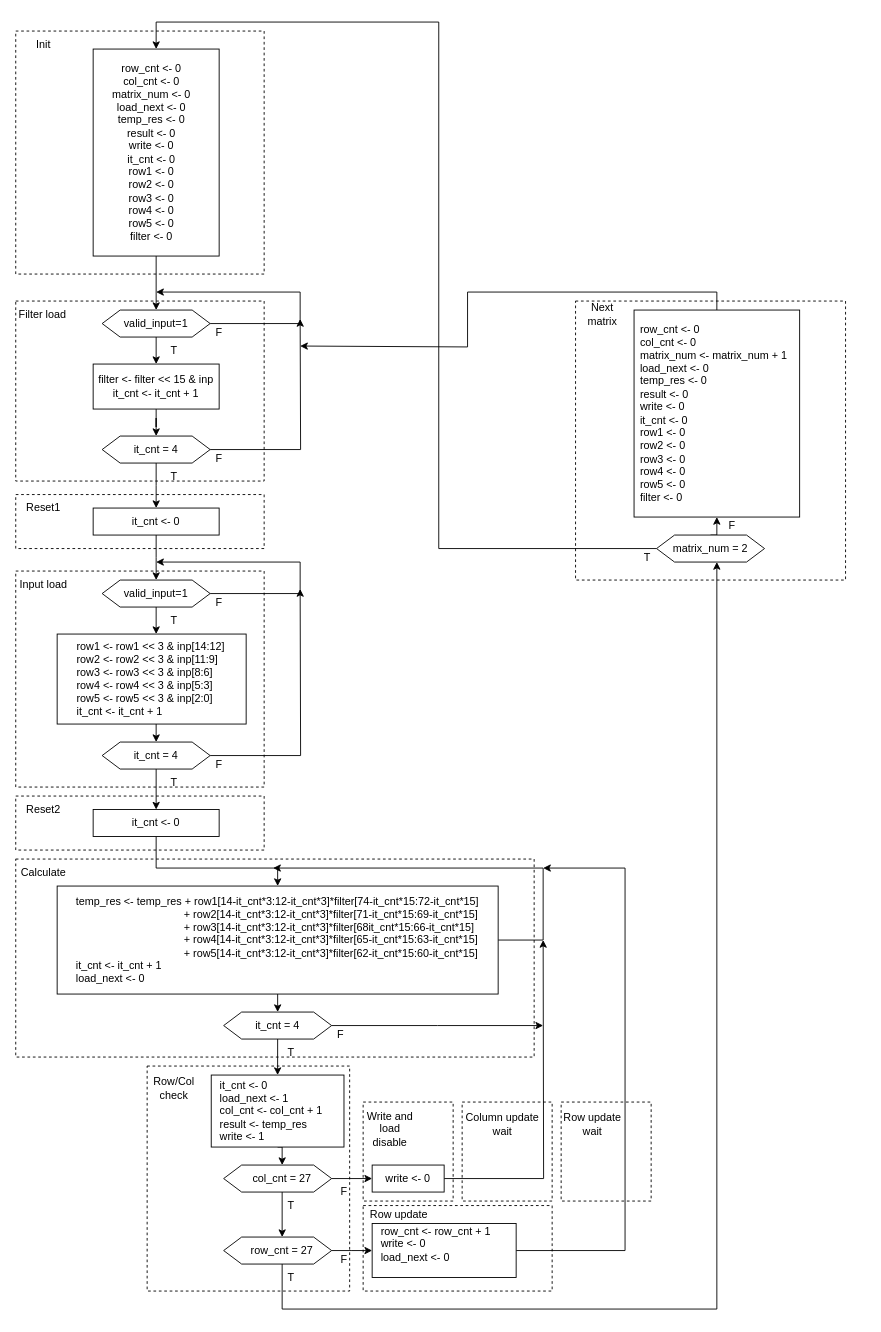
Before: page "Convolution ASMD" (3 of 3) of Diagrams.drawio in thevenus/etin35-pulpino, a draw.io diagram. Source tidied: cells renumbered, new cells numbered last; positions are measured from the earlier drawing's top-left corner, leaving out a move shared by most shapes. Both pictures are drawn from the tidied source at 90%, with x=0, y=0 at pixel (15, 22).
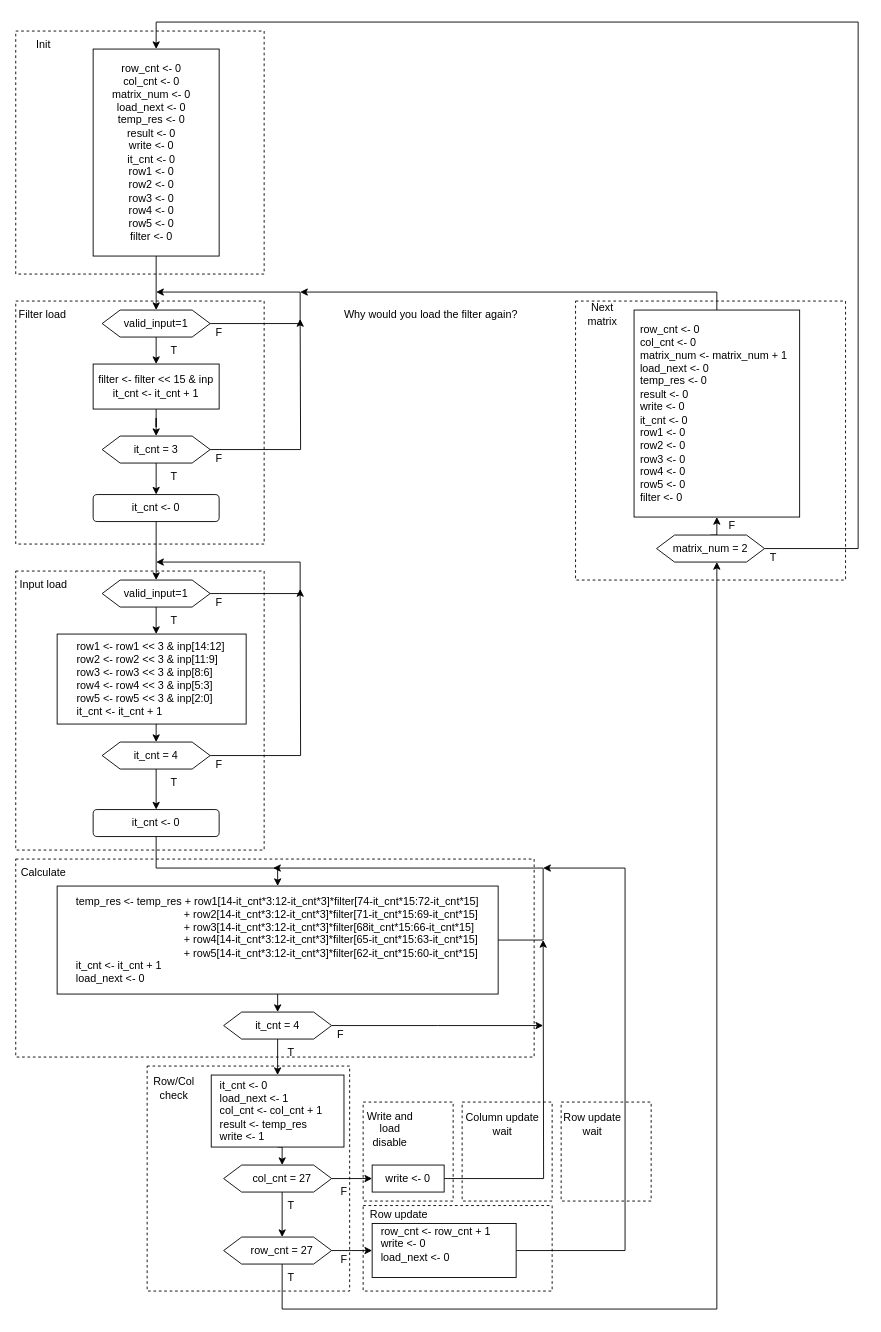
After the change.

Commit message (it also covers changes not shown here):
Removed reset states and made them as mealy outputs of previous states

The change refers to these unchanged cells:
```xml
<mxCell id="4" style="rounded=0;whiteSpace=wrap;html=1;" parent="1" vertex="1">
  <mxGeometry x="86" y="30" width="140" height="230" as="geometry" />
</mxCell>
<mxCell id="91" style="rounded=0;whiteSpace=wrap;html=1;" parent="1" vertex="1">
  <mxGeometry x="687" y="320" width="184" height="230" as="geometry" />
</mxCell>
<mxCell id="101" value="matrix_num = 2" style="shape=hexagon;perimeter=hexagonPerimeter2;whiteSpace=wrap;html=1;fixedSize=1;" parent="1" vertex="1">
  <mxGeometry x="712" y="570" width="120" height="30" as="geometry" />
</mxCell>
```

Diff of the diagram source:
```diff
@@
     <mxCell id="14" style="rounded=0;whiteSpace=wrap;html=1;fillColor=none;dashed=1;" parent="1" vertex="1">
-      <mxGeometry y="310" width="276" height="200" as="geometry" />
+      <mxGeometry y="310" width="276" height="270" as="geometry" />
     </mxCell>
@@
-    <mxCell id="17" style="edgeStyle=orthogonalEdgeStyle;rounded=0;jettySize=auto;html=1;exitX=0.5;exitY=1;exitDx=0;exitDy=0;" parent="1" edge="1" source="18">
-      <mxGeometry relative="1" as="geometry">
-        <mxPoint x="156" y="540" as="targetPoint" />
-      </mxGeometry>
+    <mxCell id="17" style="edgeStyle=orthogonalEdgeStyle;rounded=0;jettySize=auto;html=1;exitX=0.5;exitY=1;exitDx=0;exitDy=0;entryX=0.5;entryY=0;entryDx=0;entryDy=0;" parent="1" edge="1" source="18" target="22">
+      <mxGeometry relative="1" as="geometry" />
     </mxCell>
-    <mxCell id="18" value="it_cnt = 4" style="text;html=1;align=center;verticalAlign=middle;whiteSpace=wrap;rounded=0;" parent="1" vertex="1">
+    <mxCell id="18" value="it_cnt = 3" style="text;html=1;align=center;verticalAlign=middle;whiteSpace=wrap;rounded=0;" parent="1" vertex="1">
       <mxGeometry x="126" y="460" width="60" height="30" as="geometry" />
     </mxCell>
@@
-    <mxCell id="20" style="rounded=0;whiteSpace=wrap;html=1;" parent="1" vertex="1">
-      <mxGeometry x="86" y="540" width="140" height="30" as="geometry" />
+    <mxCell id="20" style="rounded=1;whiteSpace=wrap;html=1;" parent="1" vertex="1">
+      <mxGeometry x="86" y="525" width="140" height="30" as="geometry" />
     </mxCell>
@@
     <mxCell id="22" value="it_cnt &amp;lt;- 0" style="text;html=1;align=center;verticalAlign=middle;whiteSpace=wrap;rounded=0;" parent="1" vertex="1">
-      <mxGeometry x="126" y="540" width="60" height="30" as="geometry" />
+      <mxGeometry x="126" y="525" width="60" height="30" as="geometry" />
     </mxCell>
@@
-    <mxCell id="27" style="rounded=0;whiteSpace=wrap;html=1;fillColor=none;dashed=1;" parent="1" vertex="1">
-      <mxGeometry y="525" width="276" height="60" as="geometry" />
-    </mxCell>
-    <mxCell id="28" value="Reset1" style="text;html=1;align=center;verticalAlign=middle;whiteSpace=wrap;rounded=0;" parent="1" vertex="1">
-      <mxGeometry x="1" y="525" width="60" height="30" as="geometry" />
-    </mxCell>
@@
     <mxCell id="44" style="rounded=0;whiteSpace=wrap;html=1;fillColor=none;dashed=1;" parent="1" vertex="1">
-      <mxGeometry y="610" width="276" height="240" as="geometry" />
+      <mxGeometry y="610" width="276" height="310" as="geometry" />
     </mxCell>
@@
-    <mxCell id="50" style="rounded=0;whiteSpace=wrap;html=1;" parent="1" vertex="1">
+    <mxCell id="50" style="rounded=1;whiteSpace=wrap;html=1;" parent="1" vertex="1">
       <mxGeometry x="86" y="875" width="140" height="30" as="geometry" />
     </mxCell>
@@
-    <mxCell id="53" style="rounded=0;whiteSpace=wrap;html=1;fillColor=none;dashed=1;" parent="1" vertex="1">
-      <mxGeometry y="860" width="276" height="60" as="geometry" />
-    </mxCell>
-    <mxCell id="54" value="Reset2" style="text;html=1;align=center;verticalAlign=middle;whiteSpace=wrap;rounded=0;" parent="1" vertex="1">
-      <mxGeometry x="1" y="860" width="60" height="30" as="geometry" />
-    </mxCell>
@@
     <mxCell id="90" style="edgeStyle=orthogonalEdgeStyle;rounded=0;jettySize=auto;html=1;exitX=0.5;exitY=0;exitDx=0;exitDy=0;" parent="1" edge="1" source="91">
       <mxGeometry relative="1" as="geometry">
-        <mxPoint x="316" y="360" as="targetPoint" />
+        <mxPoint x="316" y="300" as="targetPoint" />
         <Array as="points">
           <mxPoint x="779" y="300" />
-          <mxPoint x="502" y="300" />
-          <mxPoint x="502" y="361" />
+          <mxPoint x="316" y="300" />
         </Array>
       </mxGeometry>
     </mxCell>
@@
-    <mxCell id="100" style="edgeStyle=orthogonalEdgeStyle;rounded=0;jettySize=auto;html=1;exitX=0;exitY=0.5;exitDx=0;exitDy=0;entryX=0.5;entryY=0;entryDx=0;entryDy=0;" parent="1" edge="1" source="101" target="4">
+    <mxCell id="100" style="edgeStyle=orthogonalEdgeStyle;rounded=0;jettySize=auto;html=1;exitX=1;exitY=0.5;exitDx=0;exitDy=0;entryX=0.5;entryY=0;entryDx=0;entryDy=0;" parent="1" edge="1" source="101" target="4">
       <mxGeometry relative="1" as="geometry">
         <Array as="points">
-          <mxPoint x="470" y="585" />
-          <mxPoint x="470" />
+          <mxPoint x="936" y="585" />
+          <mxPoint x="936" />
           <mxPoint x="156" />
         </Array>
       </mxGeometry>
     </mxCell>
@@
     <mxCell id="102" value="T" style="text;html=1;align=center;verticalAlign=middle;whiteSpace=wrap;rounded=0;" parent="1" vertex="1">
-      <mxGeometry x="692" y="590" width="20" height="10" as="geometry" />
+      <mxGeometry x="832" y="590" width="20" height="10" as="geometry" />
     </mxCell>
@@
+    <mxCell id="105" value="Why would you load the filter again?" style="text;html=1;align=center;verticalAlign=middle;strokeColor=none;fillColor=none;" parent="1" vertex="1">
+      <mxGeometry x="351" y="310" width="220" height="30" as="geometry" />
+    </mxCell>
```
